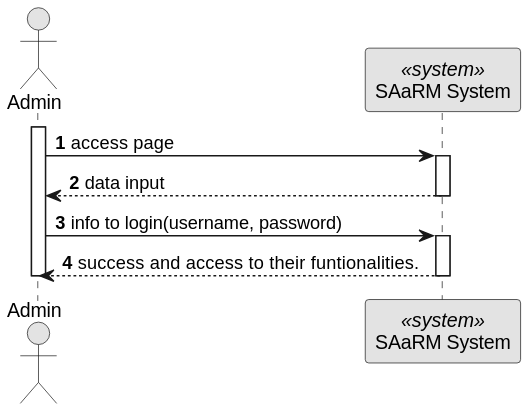
The PlantUML diagram docs/BackofficeModule/7.2.6/sequence-diagram-1.svg in Ana-Miguel-Silva/SurgicalAppointmentAndResourceManagement, before a commit.
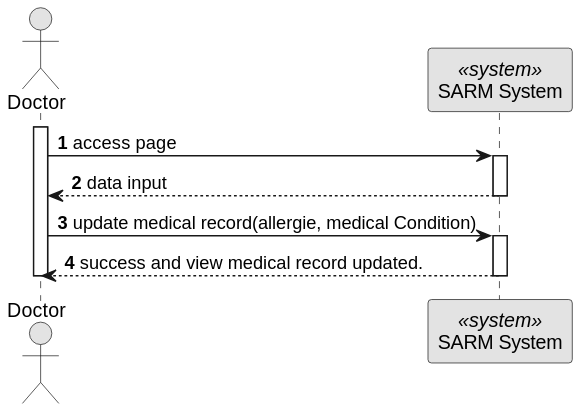
Above is the later version.

Diff of the diagram source:
```diff
@@ -5,17 +5,17 @@
 
 autonumber
 
-actor "Admin" as AD
-participant "SAaRM System" as SYS <<system>>
+actor "Doctor" as AD
+participant "SARM System" as SYS <<system>>
 
 activate AD
 AD -> SYS: access page
 activate SYS
 SYS --> AD : data input
 deactivate SYS
-AD -> SYS : info to login(username, password)
+AD -> SYS : update medical record(allergie, medical Condition)
 activate SYS
-SYS --> AD : success and access to their funtionalities.
+SYS --> AD : success and view medical record updated.
 
 deactivate SYS
 
```
